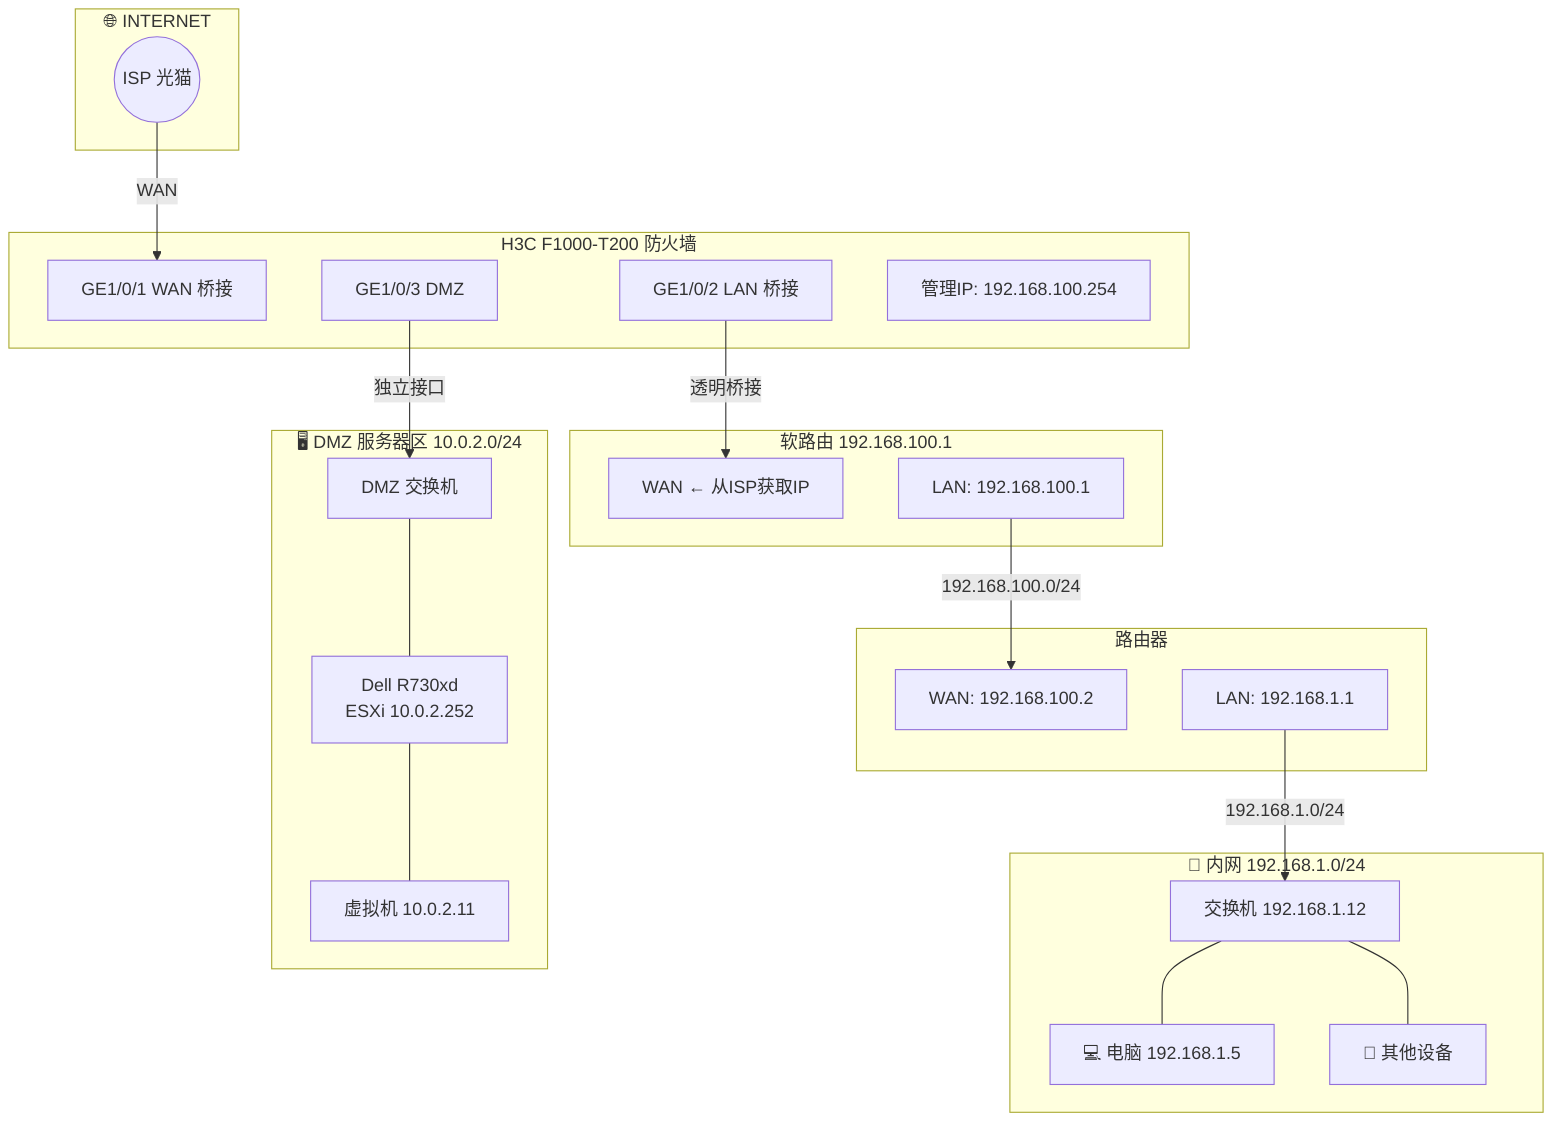
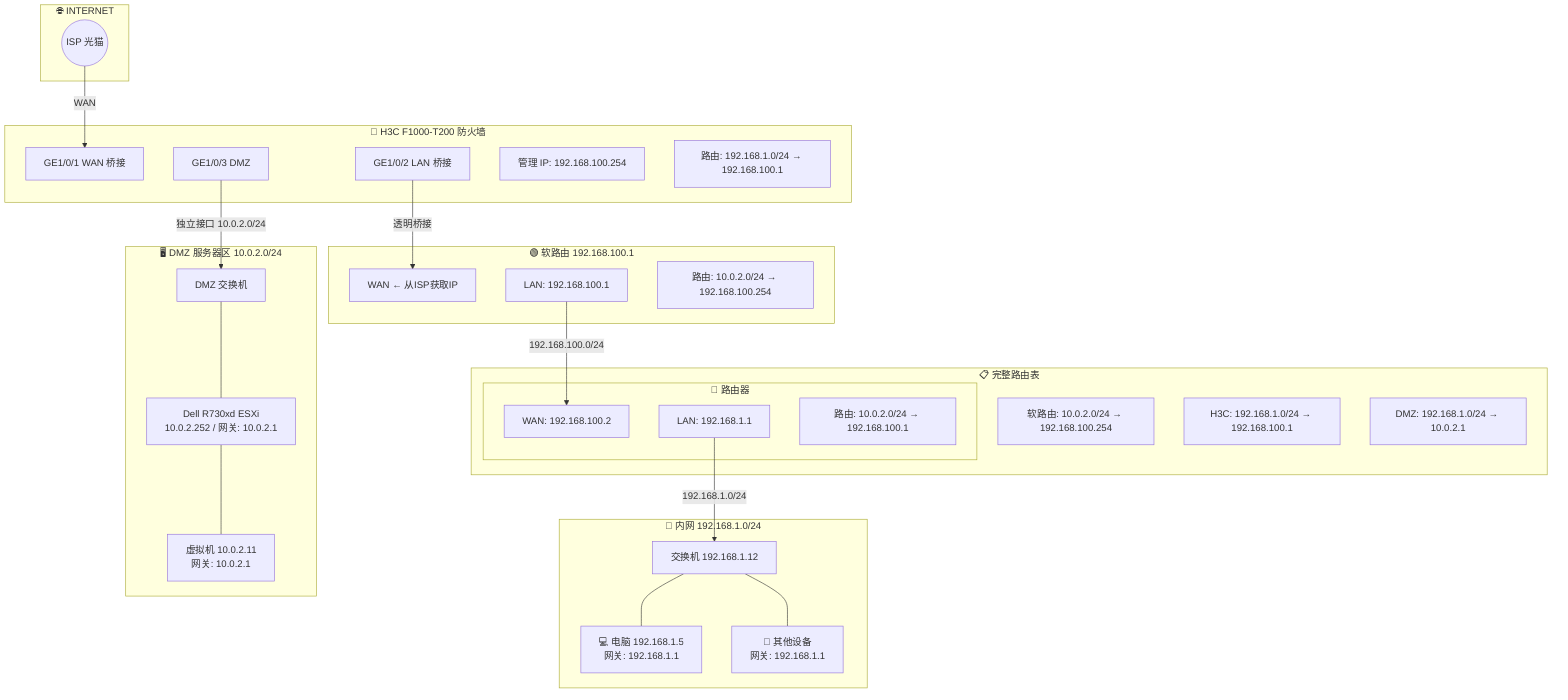
graph TB
    subgraph INTERNET["🌐 INTERNET"]
        ISP(("ISP 光猫"))
    end

-     subgraph FW["H3C F1000-T200 防火墙"]
+     subgraph FW["🔴 H3C F1000-T200 防火墙"]
        GE1["GE1/0/1 WAN 桥接"]
        GE2["GE1/0/2 LAN 桥接"]
        GE3["GE1/0/3 DMZ"]
-         MGMT["管理IP: 192.168.100.254"]
+         MGMT["管理 IP: 192.168.100.254"]
+         FW_R["路由: 192.168.1.0/24 → 192.168.100.1"]
    end

-     subgraph SR["软路由 192.168.100.1"]
+     subgraph SR["🟢 软路由 192.168.100.1"]
        SR_WAN["WAN ← 从ISP获取IP"]
        SR_LAN["LAN: 192.168.100.1"]
+         SR_R["路由: 10.0.2.0/24 → 192.168.100.254"]
    end

-     subgraph R2["路由器"]
+     subgraph R2["🔵 路由器"]
        R2_WAN["WAN: 192.168.100.2"]
        R2_LAN["LAN: 192.168.1.1"]
+         R2_R["路由: 10.0.2.0/24 → 192.168.100.1"]
    end

    subgraph LAN["📡 内网 192.168.1.0/24"]
        SW["交换机 192.168.1.12"]
-         PC["💻 电脑 192.168.1.5"]
-         OTHER["📱 其他设备"]
+         PC["💻 电脑 192.168.1.5<br/>网关: 192.168.1.1"]
+         OTHER["📱 其他设备<br/>网关: 192.168.1.1"]
    end

    subgraph DMZ["🖥️ DMZ 服务器区 10.0.2.0/24"]
        DMZ_SW["DMZ 交换机"]
-         R730xd["Dell R730xd<br/>ESXi 10.0.2.252"]
-         VM["虚拟机 10.0.2.11"]
+         R730xd["Dell R730xd ESXi<br/>10.0.2.252 / 网关: 10.0.2.1"]
+         VM["虚拟机 10.0.2.11<br/>网关: 10.0.2.1"]
    end

    ISP -->|"WAN"| GE1
    GE2 -->|"透明桥接"| SR_WAN
    SR_LAN -->|"192.168.100.0/24"| R2_WAN
    R2_LAN -->|"192.168.1.0/24"| SW
    SW --- PC
    SW --- OTHER
-     GE3 -->|"独立接口"| DMZ_SW
+     GE3 -->|"独立接口 10.0.2.0/24"| DMZ_SW
    DMZ_SW --- R730xd
    R730xd --- VM
+ 
+     subgraph ROUTES["📋 完整路由表"]
+         R1["软路由: 10.0.2.0/24 → 192.168.100.254"]
+         R2["路由器: 10.0.2.0/24 → 192.168.100.1"]
+         R3["H3C: 192.168.1.0/24 → 192.168.100.1"]
+         R4["DMZ: 192.168.1.0/24 → 10.0.2.1"]
+     end
